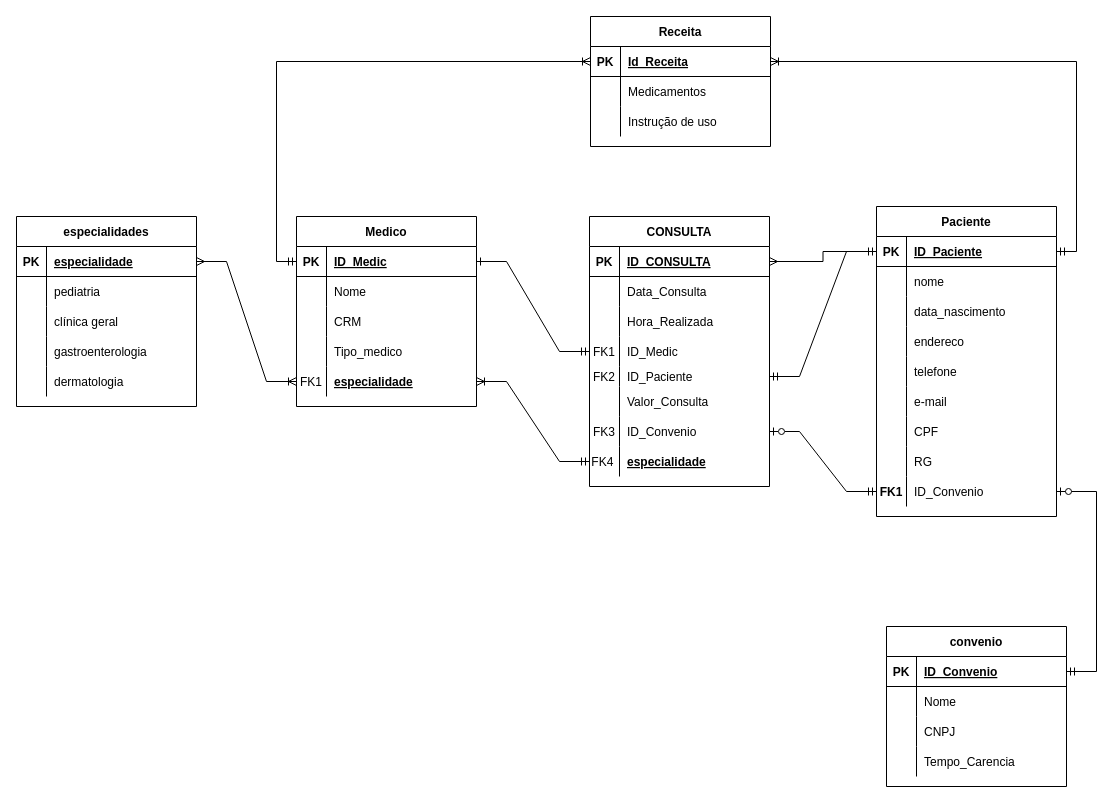
Earlier version of the draw.io diagram hospital diagram/Diagrama sem nome.drawio (MayconSubrim/HospitalDataBase). Source tidied: cells renumbered, new cells numbered last; positions are measured from the earlier drawing's top-left corner, leaving out a move shared by most shapes. Both pictures are drawn from the tidied source at 100%, with x=0, y=0 at pixel (16, 16).
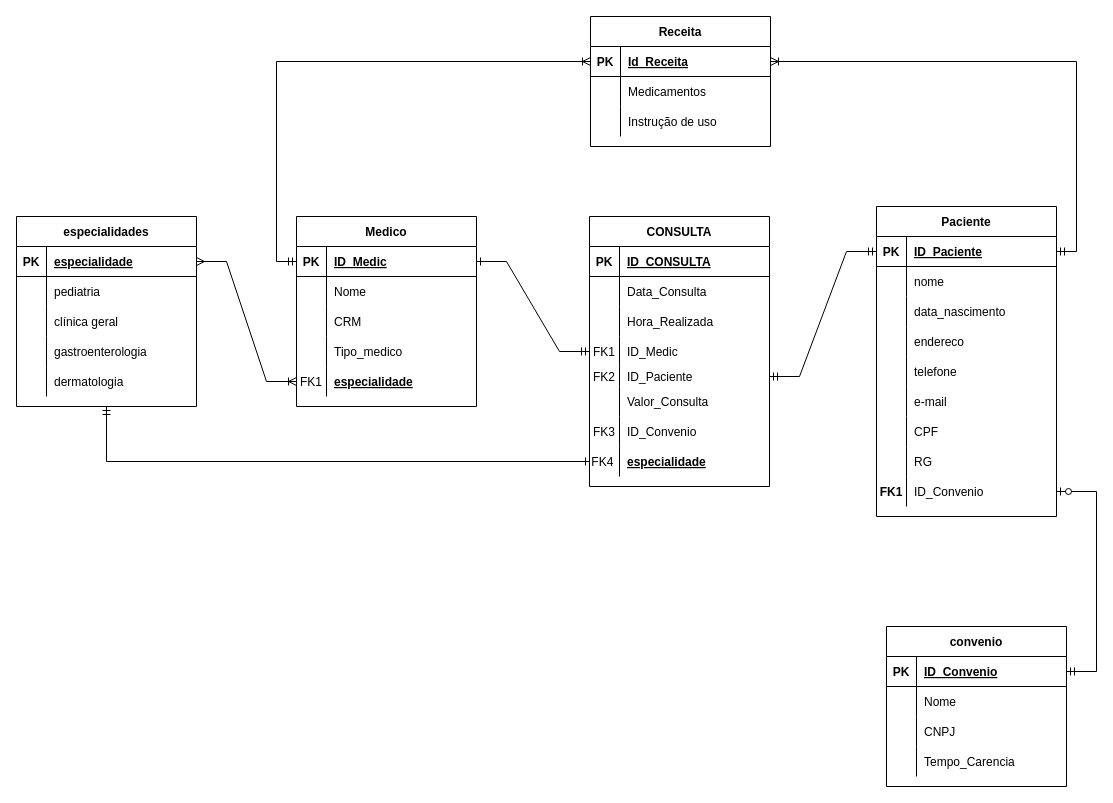
Above is the later version.

The change refers to these unchanged cells:
```xml
<mxCell id="3" style="shape=tableRow;horizontal=0;startSize=0;swimlaneHead=0;swimlaneBody=0;fillColor=none;points=[[0,0.5],[1,0.5]];portConstraint=eastwest;top=0;left=0;right=0;bottom=1;" parent="2" vertex="1">
  <mxGeometry y="30" width="180" height="30" as="geometry" />
</mxCell>
<mxCell id="21" style="shape=tableRow;horizontal=0;startSize=0;swimlaneHead=0;swimlaneBody=0;fillColor=none;points=[[0,0.5],[1,0.5]];portConstraint=eastwest;top=0;left=0;right=0;bottom=0;fontColor=#000000;" parent="2" vertex="1">
  <mxGeometry y="200" width="180" height="30" as="geometry" />
</mxCell>
<mxCell id="24" style="shape=tableRow;horizontal=0;startSize=0;swimlaneHead=0;swimlaneBody=0;fillColor=none;points=[[0,0.5],[1,0.5]];portConstraint=eastwest;top=0;left=0;right=0;bottom=0;fontColor=#000000;" parent="2" vertex="1">
  <mxGeometry y="230" width="180" height="30" as="geometry" />
</mxCell>
<mxCell id="29" style="shape=tableRow;horizontal=0;startSize=0;swimlaneHead=0;swimlaneBody=0;fillColor=none;points=[[0,0.5],[1,0.5]];portConstraint=eastwest;top=0;left=0;right=0;bottom=1;fontColor=#000000;" parent="28" vertex="1">
  <mxGeometry y="30" width="180" height="30" as="geometry" />
</mxCell>
<mxCell id="53" style="shape=tableRow;horizontal=0;startSize=0;swimlaneHead=0;swimlaneBody=0;fillColor=none;points=[[0,0.5],[1,0.5]];portConstraint=eastwest;top=0;left=0;right=0;bottom=0;fontColor=#000000;" parent="28" vertex="1">
  <mxGeometry y="270" width="180" height="30" as="geometry" />
</mxCell>
<mxCell id="82" style="shape=tableRow;horizontal=0;startSize=0;swimlaneHead=0;swimlaneBody=0;fillColor=none;points=[[0,0.5],[1,0.5]];portConstraint=eastwest;top=0;left=0;right=0;bottom=0;fontColor=#000000;" parent="69" vertex="1">
  <mxGeometry y="150" width="180" height="30" as="geometry" />
</mxCell>
<mxCell id="85" value="especialidades" style="shape=table;startSize=30;childLayout=tableLayout;rowLines=0;fontStyle=1;align=center;fontColor=#000000;" parent="1" vertex="1">
  <mxGeometry y="200" width="180" height="190" as="geometry" />
</mxCell>
```

What changed in the source:
```diff
@@
-    <mxCell id="27" style="edgeStyle=orthogonalEdgeStyle;rounded=0;jettySize=auto;html=1;fontColor=#000000;startArrow=none;startFill=0;endArrow=ERmany;endFill=0;" parent="1" edge="1" source="29" target="3">
-      <mxGeometry relative="1" as="geometry" />
-    </mxCell>
@@
-    <mxCell id="102" style="edgeStyle=entityRelationEdgeStyle;fontSize=12;html=1;endArrow=ERmandOne;startArrow=ERoneToMany;rounded=0;fontColor=#000000;startFill=0;" parent="1" edge="1" source="82" target="24">
-      <mxGeometry relative="1" as="geometry" />
-    </mxCell>
@@
-    <mxCell id="106" style="edgeStyle=entityRelationEdgeStyle;fontSize=12;html=1;endArrow=ERzeroToOne;endFill=0;rounded=0;fontColor=#000000;entryX=1;entryY=0.5;entryDx=0;entryDy=0;exitX=0;exitY=0.5;exitDx=0;exitDy=0;startArrow=ERmandOne;startFill=0;" parent="1" edge="1" source="53" target="21">
-      <mxGeometry relative="1" as="geometry" />
-    </mxCell>
@@
+    <mxCell id="119" style="edgeStyle=orthogonalEdgeStyle;rounded=0;jettySize=auto;html=1;exitX=0;exitY=0.5;exitDx=0;exitDy=0;entryX=0.5;entryY=1;entryDx=0;entryDy=0;startArrow=ERone;startFill=0;endArrow=ERmandOne;endFill=0;" parent="1" edge="1" source="24" target="85">
+      <mxGeometry relative="1" as="geometry" />
+    </mxCell>
```
